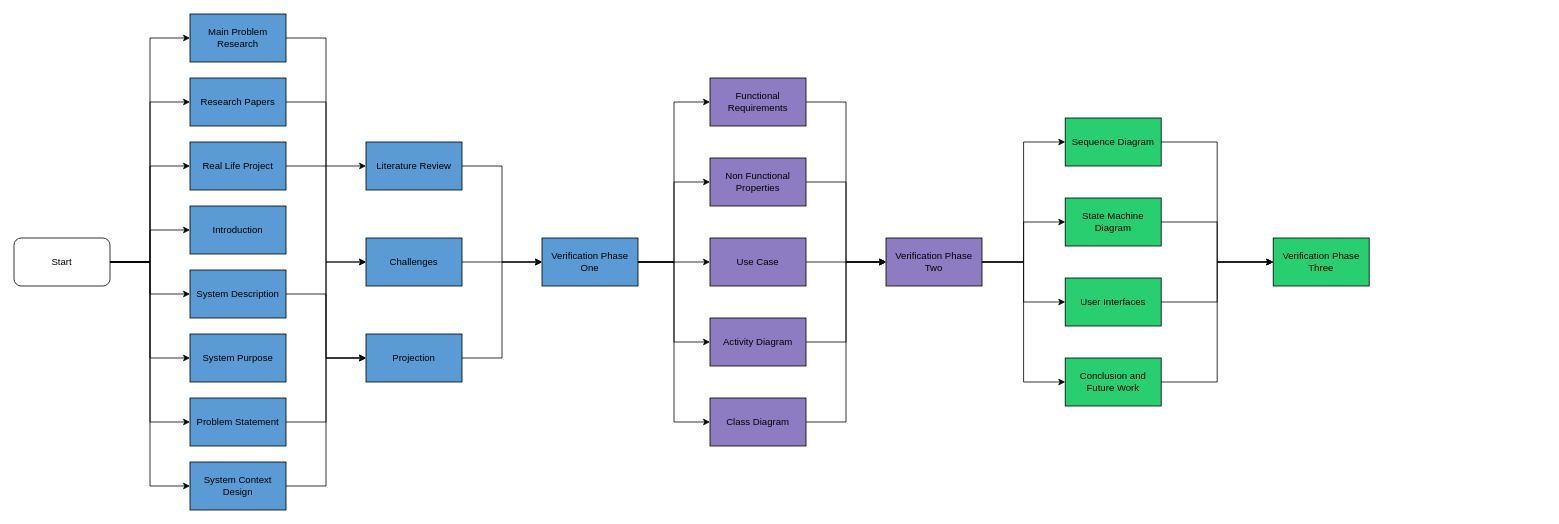
This is docs/diagrams/drawing/NetworkDiagram.drawio from MrMoon/Vision, a draw.io file, before an edit. Source tidied: cells renumbered, new cells numbered last; positions are measured from the earlier drawing's top-left corner, leaving out a move shared by most shapes. Both pictures are drawn from the tidied source at 80%, with x=0, y=0 at pixel (14, 14).
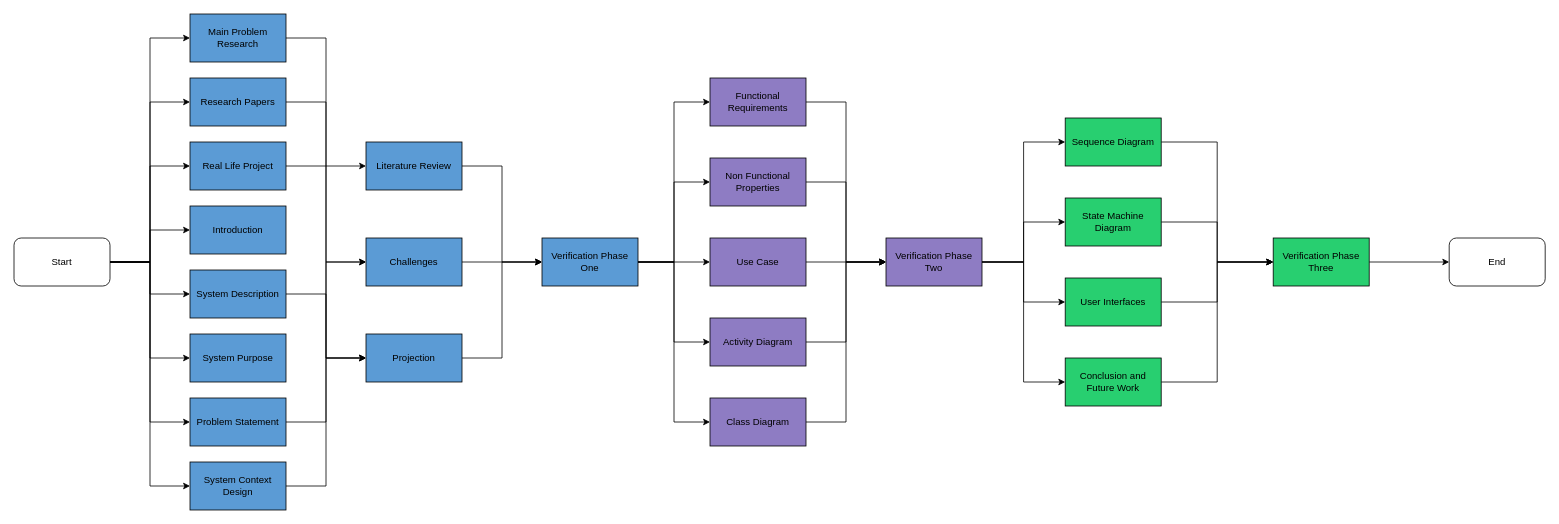
Above is the later version.

Commit message:
Update NetworkDiagram.drawio and added an End node

The change refers to these unchanged cells:
```xml
<mxCell id="60" value="Verification Phase Three" style="rounded=0;whiteSpace=wrap;html=1;fillColor=#28CF70;" parent="1" vertex="1">
  <mxGeometry x="1574" y="280" width="120" height="60" as="geometry" />
</mxCell>
```

What changed in the source:
```diff
@@
+    <mxCell id="61" style="edgeStyle=orthogonalEdgeStyle;rounded=0;jettySize=auto;html=1;exitX=1;exitY=0.5;exitDx=0;exitDy=0;entryX=0;entryY=0.5;entryDx=0;entryDy=0;" parent="1" edge="1" source="60" target="62">
+      <mxGeometry relative="1" as="geometry" />
+    </mxCell>
@@
+    <mxCell id="62" value="End" style="rounded=1;whiteSpace=wrap;html=1;" parent="1" vertex="1">
+      <mxGeometry x="1794" y="280" width="120" height="60" as="geometry" />
+    </mxCell>
```
